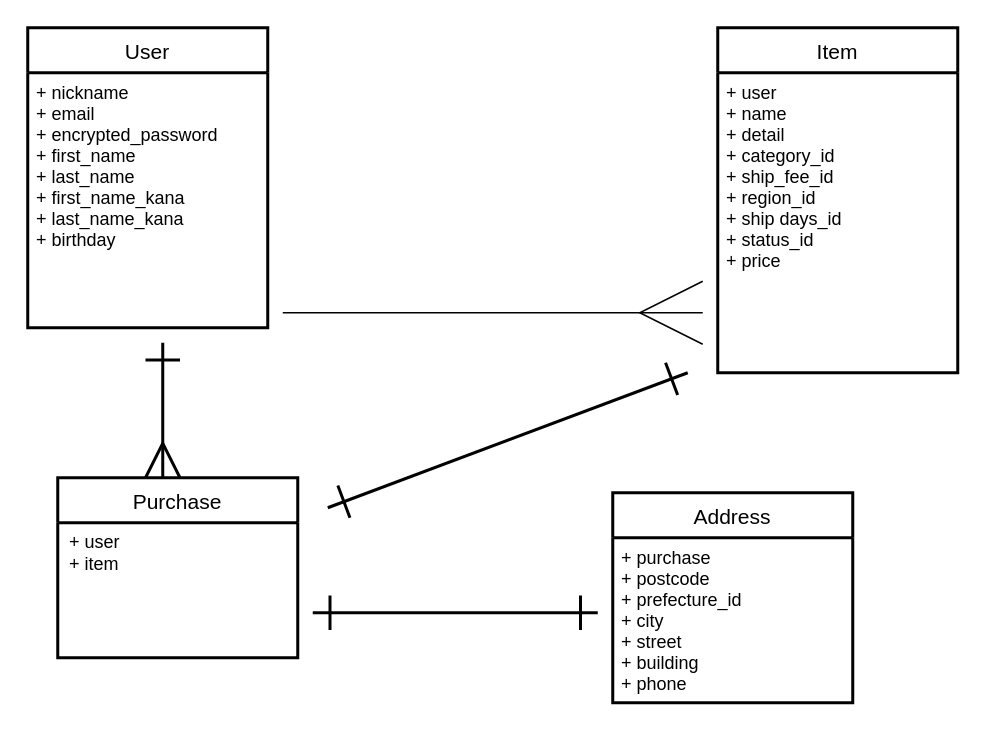
Before: app/views/layouts/test.dio in shingooom/furima-39702, a draw.io diagram. Source tidied: cells renumbered, new cells numbered last; positions are measured from the earlier drawing's top-left corner, leaving out a move shared by most shapes. Both pictures are drawn from the tidied source at 150%, with x=0, y=0 at pixel (27, 27).
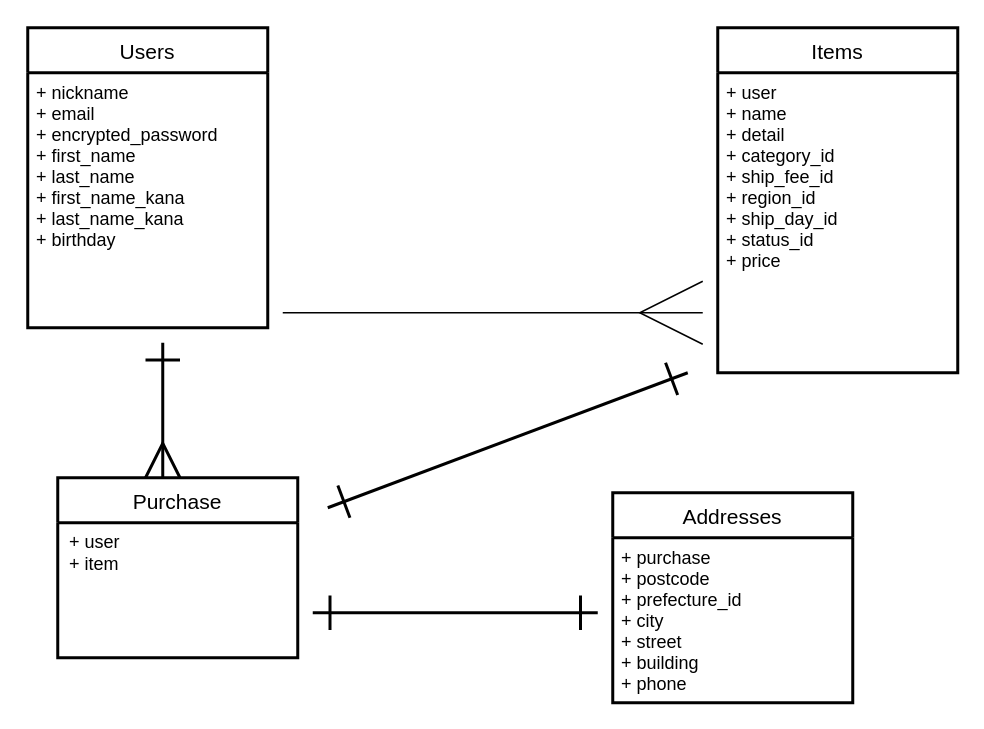
After the change.

The edit, as a diff of the source:
```diff
@@
 <mxGraphModel>
   <root>
     <mxCell id="0" />
     <mxCell id="1" parent="0" />
-    <mxCell id="2" value="User" style="swimlane;horizontal=1;startSize=30;rounded=0;fontSize=14;fontStyle=0;strokeWidth=2;shadow=0;dashed=0;align=center;arcSize=0;" parent="1" vertex="1">
+    <mxCell id="2" value="Users" style="swimlane;horizontal=1;startSize=30;rounded=0;fontSize=14;fontStyle=0;strokeWidth=2;shadow=0;dashed=0;align=center;arcSize=0;" parent="1" vertex="1">
       <mxGeometry width="160" height="200" as="geometry" />
     </mxCell>
     <mxCell id="3" value="+ nickname&#10;+ email&#10;+ encrypted_password&#10;+ first_name &#10;+ last_name&#10;+ first_name_kana&#10;+ last_name_kana &#10;+ birthday " style="align=left;strokeColor=none;fillColor=none;spacingLeft=4;fontSize=12;verticalAlign=top;rounded=0;" parent="2" vertex="1">
       <mxGeometry y="30" width="160" height="170" as="geometry" />
     </mxCell>
-    <mxCell id="4" value="Item" style="swimlane;horizontal=1;startSize=30;rounded=0;fontSize=14;fontStyle=0;strokeWidth=2;shadow=0;dashed=0;align=center;" parent="1" vertex="1">
+    <mxCell id="4" value="Items" style="swimlane;horizontal=1;startSize=30;rounded=0;fontSize=14;fontStyle=0;strokeWidth=2;shadow=0;dashed=0;align=center;" parent="1" vertex="1">
       <mxGeometry x="460" width="160" height="230" as="geometry" />
     </mxCell>
-    <mxCell id="5" value="+ user&#10;+ name &#10;+ detail&#10;+ category_id &#10;+ ship_fee_id&#10;+ region_id  &#10;+ ship days_id&#10;+ status_id&#10;+ price" style="align=left;strokeColor=none;fillColor=none;spacingLeft=4;fontSize=12;verticalAlign=top;rounded=0;" parent="4" vertex="1">
+    <mxCell id="5" value="+ user&#10;+ name &#10;+ detail&#10;+ category_id &#10;+ ship_fee_id&#10;+ region_id  &#10;+ ship_day_id&#10;+ status_id&#10;+ price" style="align=left;strokeColor=none;fillColor=none;spacingLeft=4;fontSize=12;verticalAlign=top;rounded=0;" parent="4" vertex="1">
       <mxGeometry y="30" width="160" height="200" as="geometry" />
     </mxCell>
     <mxCell id="6" style="html=1;startArrow=none;startFill=0;endArrow=ERmany;endFill=0;entryX=0;entryY=0.75;entryDx=0;entryDy=0;endSize=40;startSize=40;sourcePerimeterSpacing=20;targetPerimeterSpacing=20;rounded=0;" parent="1" edge="1">
       <mxGeometry relative="1" as="geometry">
         <mxPoint x="170" y="190" as="sourcePoint" />
         <mxPoint x="450" y="190" as="targetPoint" />
       </mxGeometry>
     </mxCell>
     <mxCell id="7" value="Purchase" style="swimlane;horizontal=1;startSize=30;rounded=0;fontSize=14;fontStyle=0;strokeWidth=2;shadow=0;dashed=0;align=center;arcSize=0;" parent="1" vertex="1">
       <mxGeometry x="20" y="300" width="160" height="120" as="geometry" />
     </mxCell>
-    <mxCell id="8" value="Address" style="swimlane;horizontal=1;startSize=30;rounded=0;fontSize=14;fontStyle=0;strokeWidth=2;shadow=0;dashed=0;align=center;arcSize=0;" parent="1" vertex="1">
+    <mxCell id="8" value="Addresses" style="swimlane;horizontal=1;startSize=30;rounded=0;fontSize=14;fontStyle=0;strokeWidth=2;shadow=0;dashed=0;align=center;arcSize=0;" parent="1" vertex="1">
       <mxGeometry x="390" y="310" width="160" height="140" as="geometry" />
     </mxCell>
     <mxCell id="9" value="+ purchase&#10;+ postcode&#10;+ prefecture_id&#10;+ city&#10;+ street&#10;+ building&#10;+ phone&#10;" style="align=left;strokeColor=none;fillColor=none;spacingLeft=4;fontSize=12;verticalAlign=top;rounded=0;" parent="8" vertex="1">
       <mxGeometry y="30" width="160" height="110" as="geometry" />
     </mxCell>
     <mxCell id="10" value="&lt;div style=&quot;text-align: left;&quot;&gt;&lt;span style=&quot;background-color: initial;&quot;&gt;+ user&amp;nbsp;&lt;/span&gt;&lt;/div&gt;&lt;div style=&quot;text-align: left;&quot;&gt;&lt;span style=&quot;background-color: initial;&quot;&gt;+ item　&lt;/span&gt;&lt;/div&gt;" style="text;html=1;align=center;verticalAlign=middle;strokeColor=none;fillColor=none;" parent="1" vertex="1">
       <mxGeometry x="15" y="330" width="70" height="40" as="geometry" />
     </mxCell>
     <mxCell id="11" style="edgeStyle=none;html=1;startArrow=ERone;startFill=0;strokeWidth=2;endArrow=ERone;endFill=0;endSize=20;startSize=20;" parent="1" edge="1">
       <mxGeometry relative="1" as="geometry">
         <mxPoint x="380" y="390" as="sourcePoint" />
         <mxPoint x="190" y="390" as="targetPoint" />
         <Array as="points">
           <mxPoint x="310" y="390" />
         </Array>
       </mxGeometry>
     </mxCell>
     <mxCell id="12" style="edgeStyle=none;html=1;strokeWidth=2;startArrow=ERone;startFill=0;endArrow=ERone;endFill=0;endSize=20;startSize=20;" parent="1" edge="1">
       <mxGeometry relative="1" as="geometry">
         <mxPoint x="440" y="230" as="sourcePoint" />
         <mxPoint x="200" y="320" as="targetPoint" />
       </mxGeometry>
     </mxCell>
     <mxCell id="13" style="edgeStyle=none;html=1;exitX=0.5;exitY=1;exitDx=0;exitDy=0;strokeWidth=2;startArrow=ERone;startFill=0;endArrow=ERmany;endFill=0;endSize=20;startSize=20;" parent="1" edge="1">
       <mxGeometry relative="1" as="geometry">
         <mxPoint x="90" y="210" as="sourcePoint" />
         <mxPoint x="90" y="300" as="targetPoint" />
         <Array as="points">
           <mxPoint x="90" y="290" />
         </Array>
       </mxGeometry>
     </mxCell>
   </root>
 </mxGraphModel>
```
